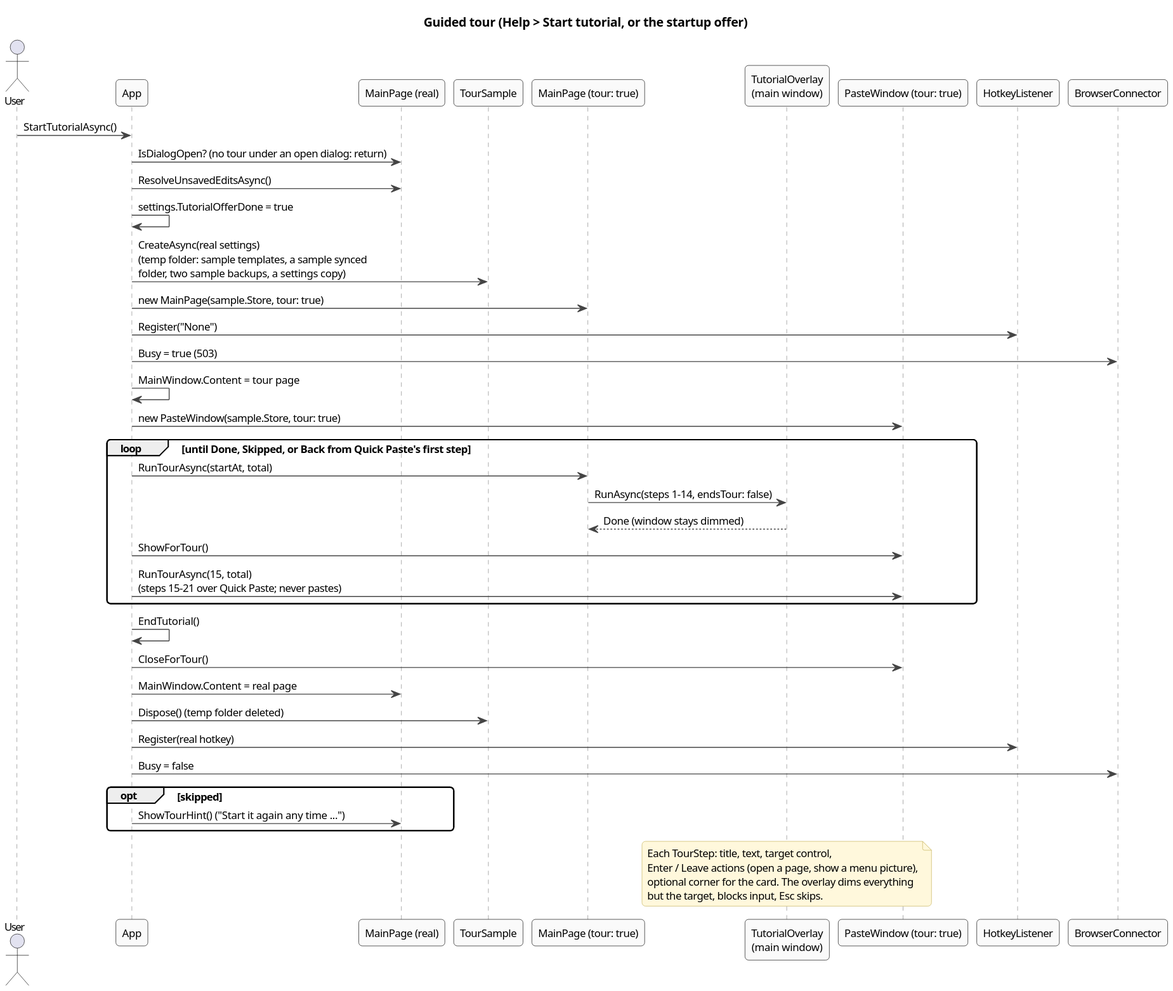
Before: docs/architecture/diagrams/seq-tour.svg, a diagram exported from PlantUML (halatsWol/TextTemplateManager-v2).
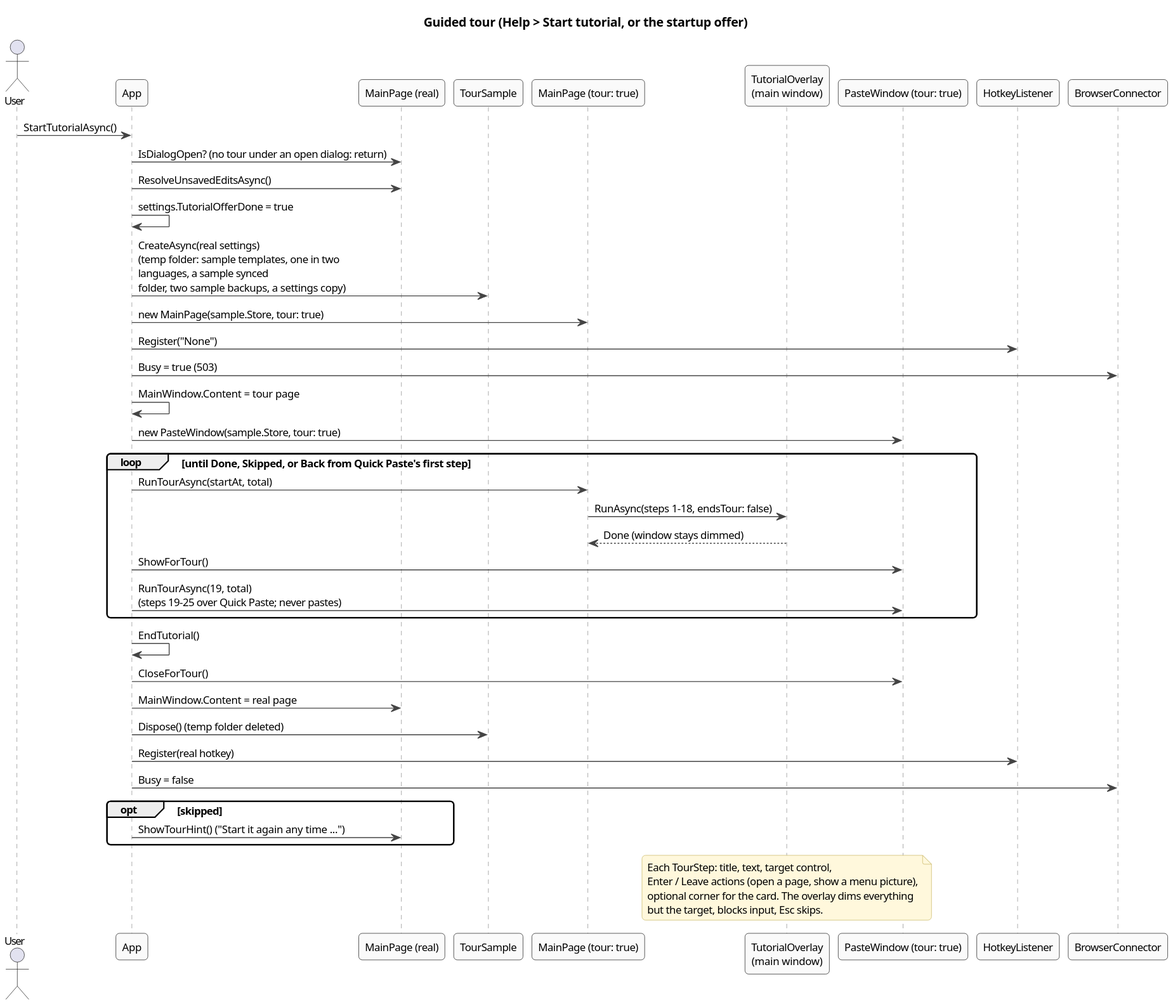
After the change.

Diff of the diagram source:
```diff
@@ -16,7 +16,7 @@
 App -> Real : IsDialogOpen? (no tour under an open dialog: return)
 App -> Real : ResolveUnsavedEditsAsync()
 App -> App : settings.TutorialOfferDone = true
-App -> TourSample : CreateAsync(real settings)\n(temp folder: sample templates, a sample synced\nfolder, two sample backups, a settings copy)
+App -> TourSample : CreateAsync(real settings)\n(temp folder: sample templates, one in two\nlanguages, a sample synced\nfolder, two sample backups, a settings copy)
 App -> TourPage : new MainPage(sample.Store, tour: true)
 App -> HotkeyListener : Register("None")
 App -> BrowserConnector : Busy = true (503)
@@ -24,10 +24,10 @@
 App -> TourQP : new PasteWindow(sample.Store, tour: true)
 loop until Done, Skipped, or Back from Quick Paste's first step
   App -> TourPage : RunTourAsync(startAt, total)
-  TourPage -> Overlay : RunAsync(steps 1-14, endsTour: false)
+  TourPage -> Overlay : RunAsync(steps 1-18, endsTour: false)
   Overlay --> TourPage : Done (window stays dimmed)
   App -> TourQP : ShowForTour()
-  App -> TourQP : RunTourAsync(15, total)\n(steps 15-21 over Quick Paste; never pastes)
+  App -> TourQP : RunTourAsync(19, total)\n(steps 19-25 over Quick Paste; never pastes)
 end
 App -> App : EndTutorial()
 App -> TourQP : CloseForTour()
```
